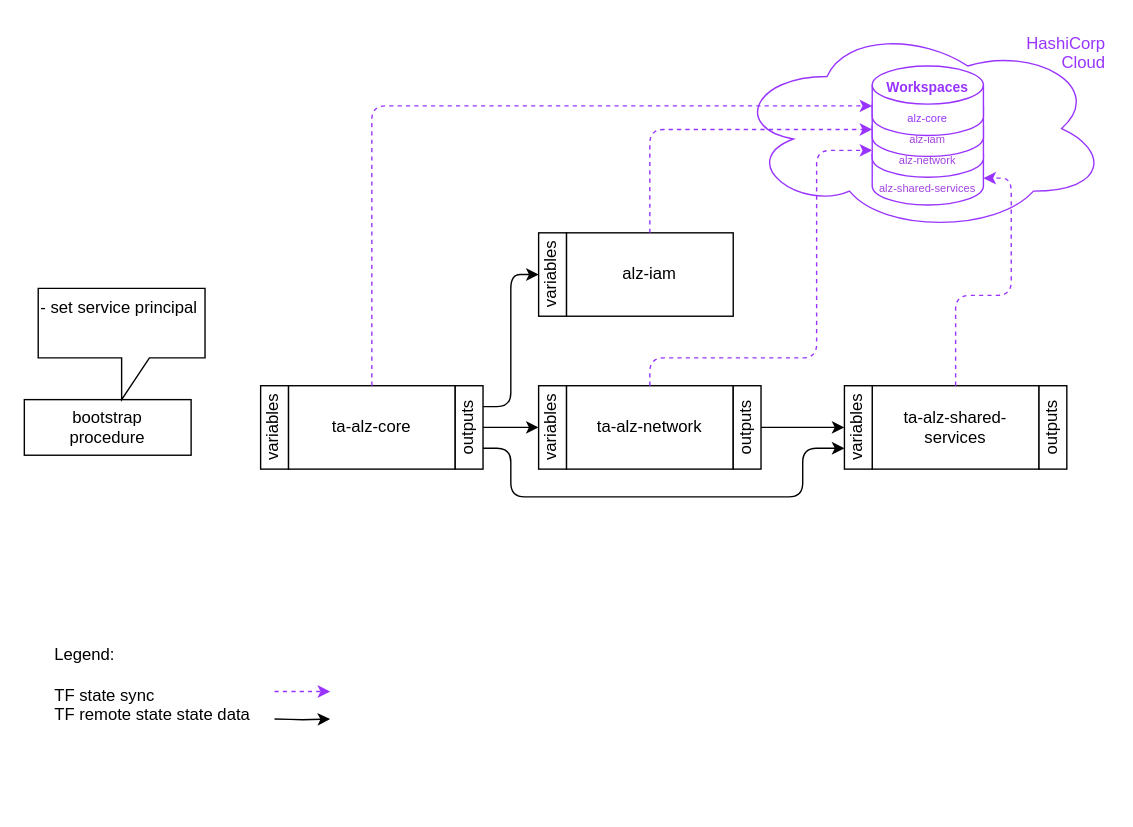
balazspados/azure-sandbox keeps this draw.io diagram as page "Overview" (1 of 5) of ta-alz.drawio. Above is the earlier version. Source tidied: cells renumbered, new cells numbered last; positions are measured from the earlier drawing's top-left corner, leaving out a move shared by most shapes. Both pictures are drawn from the tidied source at 139%, with x=0, y=0 at pixel (24, 24).
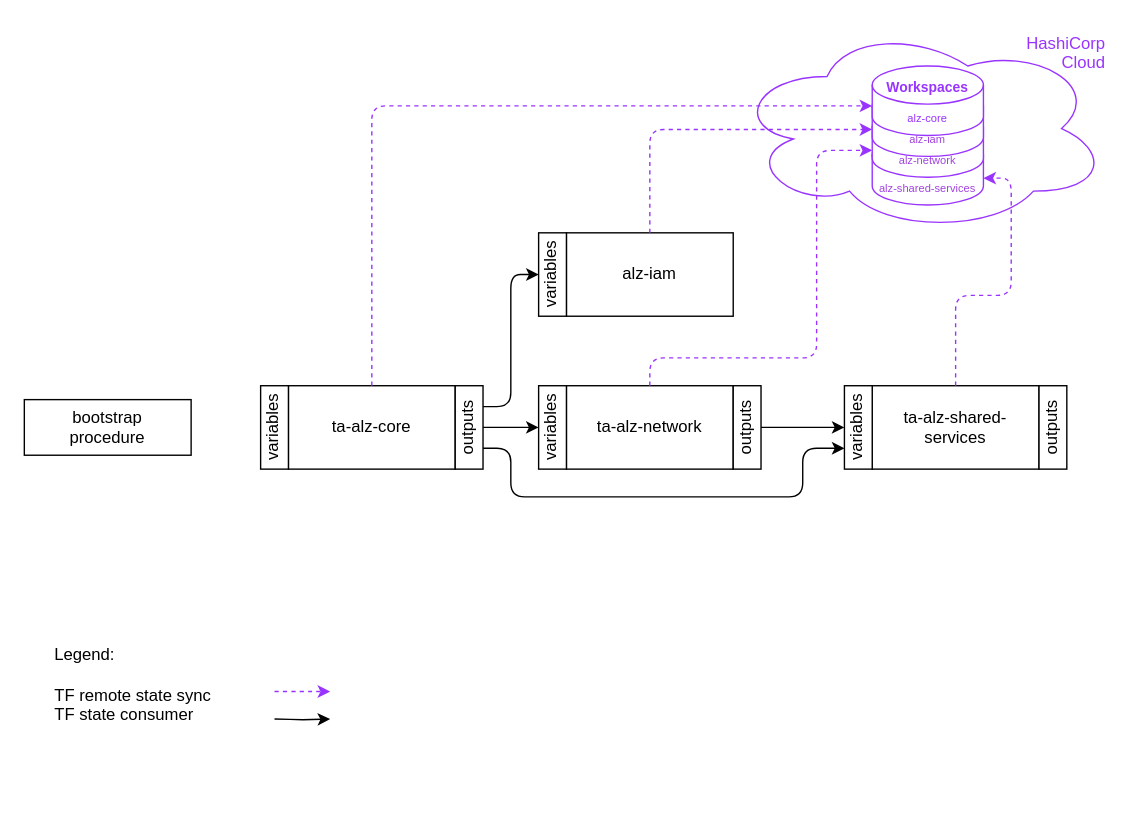
After the change.

What changed in the source:
```diff
@@
-    <mxCell id="34" value="Legend:&lt;div&gt;&lt;br&gt;&lt;div&gt;TF state sync&lt;/div&gt;&lt;/div&gt;&lt;div&gt;TF remote state state data&amp;nbsp;&lt;/div&gt;" style="text;html=1;whiteSpace=wrap;strokeColor=none;fillColor=none;align=left;verticalAlign=top;rounded=0;" parent="1" vertex="1">
+    <mxCell id="34" value="Legend:&lt;div&gt;&lt;br&gt;&lt;div&gt;TF remote state sync&lt;/div&gt;&lt;/div&gt;&lt;div&gt;TF state consumer&amp;nbsp;&lt;/div&gt;" style="text;html=1;whiteSpace=wrap;strokeColor=none;fillColor=none;align=left;verticalAlign=top;rounded=0;" parent="1" vertex="1">
       <mxGeometry x="20" y="440" width="200" height="120" as="geometry" />
     </mxCell>
@@
-    <mxCell id="37" value="- set service principal" style="shape=callout;whiteSpace=wrap;html=1;perimeter=calloutPerimeter;align=left;verticalAlign=top;" parent="1" vertex="1">
-      <mxGeometry x="10" y="190" width="120" height="80" as="geometry" />
-    </mxCell>
```
